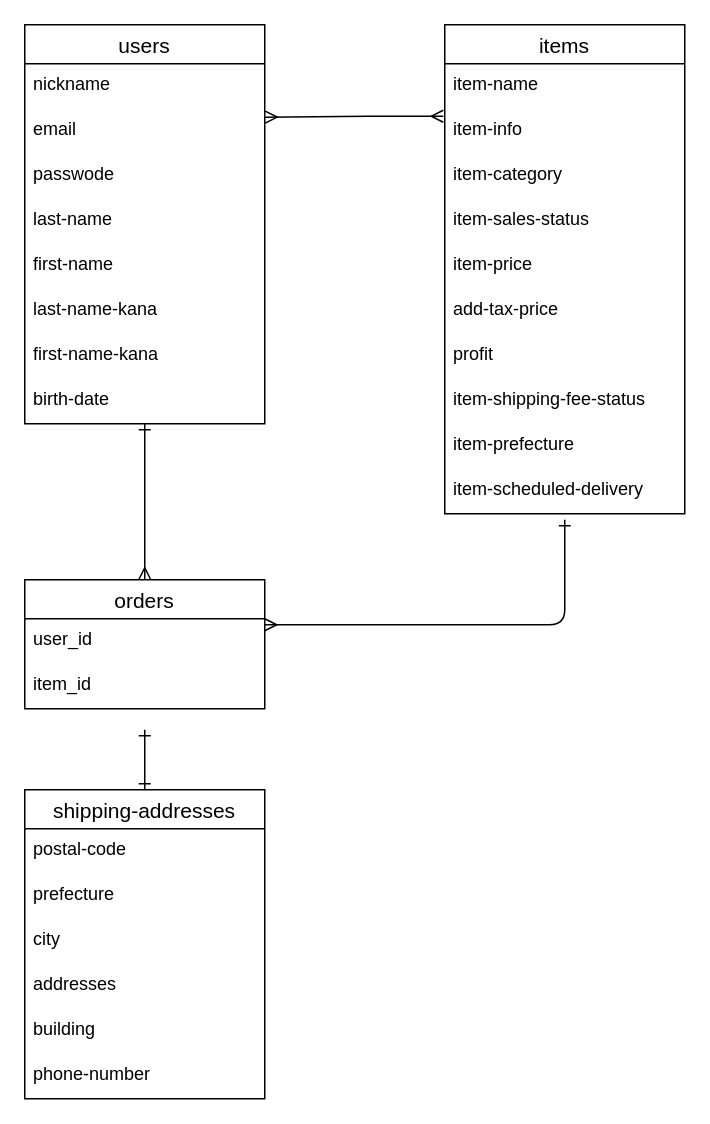
This is furima.dio from t-kashu/furima-39950, a draw.io file, before an edit. Source tidied: cells renumbered, new cells numbered last; positions are measured from the earlier drawing's top-left corner, leaving out a move shared by most shapes. Both pictures are drawn from the tidied source at 150%, with x=0, y=0 at pixel (24, 24).
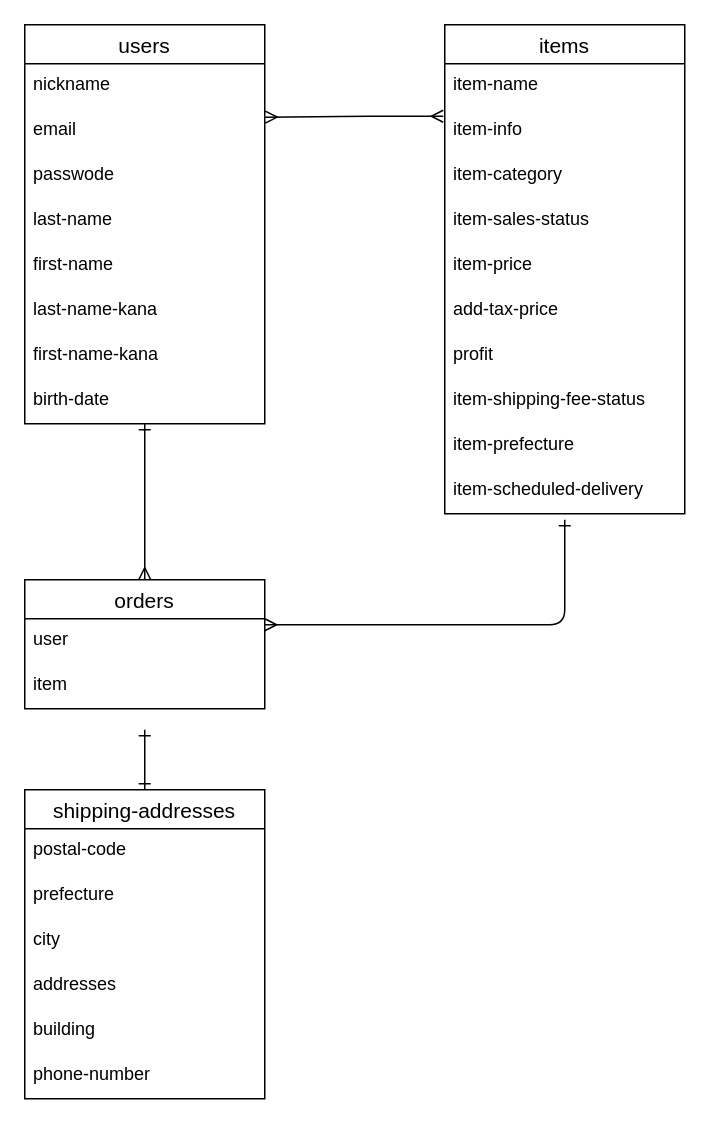
The same page after the edit.

Commit message (it also covers changes not shown here):
データベース設計修正

The change refers to these unchanged cells:
```xml
<mxCell id="33" value="orders" style="swimlane;fontStyle=0;horizontal=1;startSize=26;align=center;fontSize=14;" parent="1" vertex="1">
  <mxGeometry y="370" width="160" height="86" as="geometry" />
</mxCell>
```

Change to the diagram source:
```diff
@@
-    <mxCell id="34" value="user_id" style="text;strokeColor=none;fillColor=none;spacingLeft=4;spacingRight=4;overflow=hidden;fontSize=12;" parent="33" vertex="1">
+    <mxCell id="34" value="user" style="text;strokeColor=none;fillColor=none;spacingLeft=4;spacingRight=4;overflow=hidden;fontSize=12;" parent="33" vertex="1">
       <mxGeometry y="26" width="160" height="30" as="geometry" />
     </mxCell>
-    <mxCell id="35" value="item_id" style="text;strokeColor=none;fillColor=none;spacingLeft=4;spacingRight=4;overflow=hidden;fontSize=12;" parent="33" vertex="1">
+    <mxCell id="35" value="item" style="text;strokeColor=none;fillColor=none;spacingLeft=4;spacingRight=4;overflow=hidden;fontSize=12;" parent="33" vertex="1">
       <mxGeometry y="56" width="160" height="30" as="geometry" />
     </mxCell>
```
